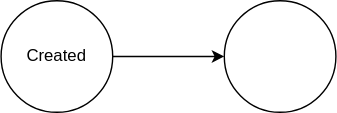
The draw.io diagram docs/_assets/images/state_of_channel.drawio.svg in otavia-projects/otavia, before a commit. Source tidied: cells renumbered, new cells last; positions are measured from the earlier drawing's top-left corner, leaving out a move shared by most shapes. Source of this version:
```xml
<mxGraphModel>
  <root>
    <mxCell id="0" />
    <mxCell id="1" parent="0" />
    <mxCell id="2" style="edgeStyle=orthogonalEdgeStyle;rounded=0;jettySize=auto;html=1;" parent="1" edge="1" source="3" target="4">
      <mxGeometry relative="1" as="geometry" />
    </mxCell>
    <mxCell id="3" value="Created" style="ellipse;whiteSpace=wrap;html=1;" parent="1" vertex="1">
      <mxGeometry width="80" height="80" as="geometry" />
    </mxCell>
    <mxCell id="4" style="ellipse;whiteSpace=wrap;html=1;" parent="1" vertex="1">
      <mxGeometry x="160" width="80" height="80" as="geometry" />
    </mxCell>
  </root>
</mxGraphModel>
```
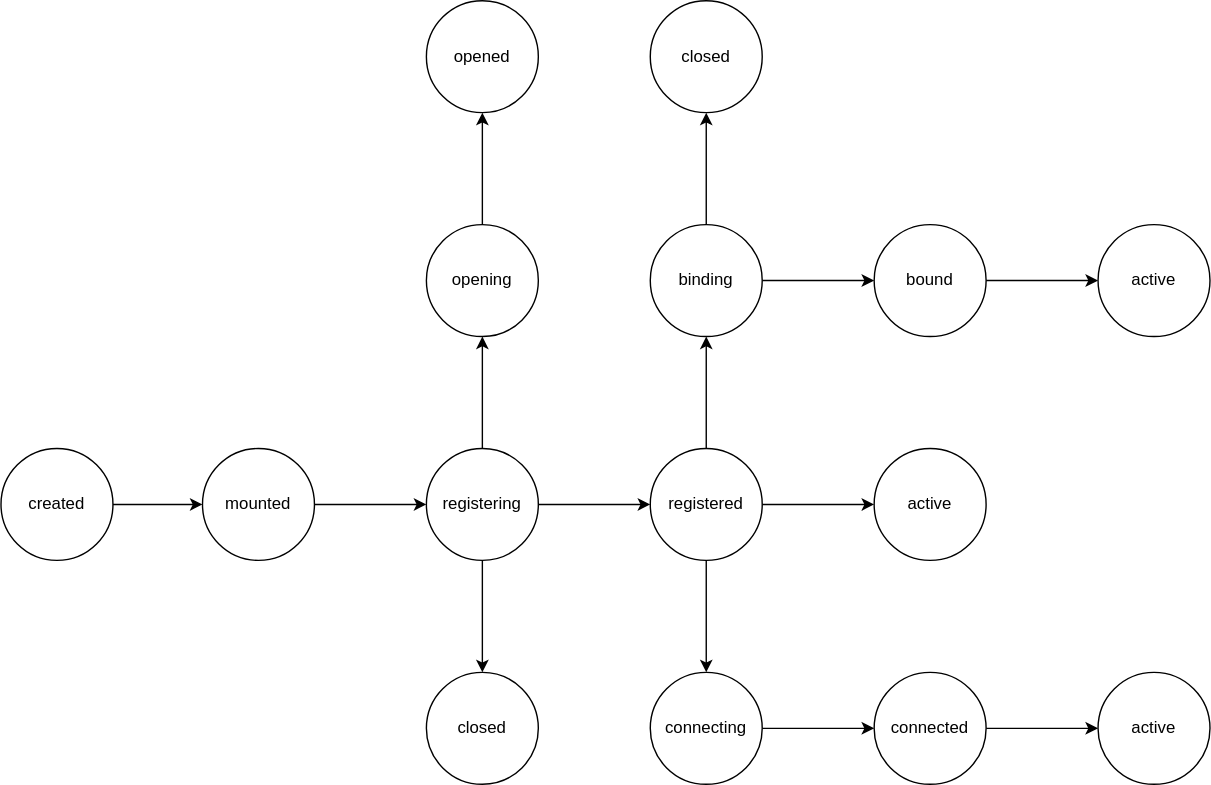
After the change.

Commit message:
docs: channel state

Diff of the diagram source:
```diff
@@ -5,11 +5,89 @@
     <mxCell id="2" style="edgeStyle=orthogonalEdgeStyle;rounded=0;jettySize=auto;html=1;" parent="1" edge="1" source="3" target="4">
       <mxGeometry relative="1" as="geometry" />
     </mxCell>
-    <mxCell id="3" value="Created" style="ellipse;whiteSpace=wrap;html=1;" parent="1" vertex="1">
+    <mxCell id="3" value="mounted" style="ellipse;whiteSpace=wrap;html=1;" parent="1" vertex="1">
       <mxGeometry width="80" height="80" as="geometry" />
     </mxCell>
+    <mxCell id="5" style="edgeStyle=orthogonalEdgeStyle;rounded=0;jettySize=auto;html=1;" parent="1" edge="1" source="4" target="11">
+      <mxGeometry relative="1" as="geometry" />
+    </mxCell>
+    <mxCell id="6" style="edgeStyle=orthogonalEdgeStyle;rounded=0;jettySize=auto;html=1;" parent="1" edge="1" source="4" target="23">
+      <mxGeometry relative="1" as="geometry" />
+    </mxCell>
+    <mxCell id="7" style="edgeStyle=orthogonalEdgeStyle;rounded=0;jettySize=auto;html=1;" parent="1" edge="1" source="4" target="27">
+      <mxGeometry relative="1" as="geometry" />
+    </mxCell>
-    <mxCell id="4" style="ellipse;whiteSpace=wrap;html=1;" parent="1" vertex="1">
+    <mxCell id="4" value="registering" style="ellipse;whiteSpace=wrap;html=1;" parent="1" vertex="1">
       <mxGeometry x="160" width="80" height="80" as="geometry" />
     </mxCell>
+    <mxCell id="8" style="edgeStyle=orthogonalEdgeStyle;rounded=0;jettySize=auto;html=1;" parent="1" edge="1" source="11" target="14">
+      <mxGeometry relative="1" as="geometry" />
+    </mxCell>
+    <mxCell id="9" style="edgeStyle=orthogonalEdgeStyle;rounded=0;jettySize=auto;html=1;" parent="1" edge="1" source="11" target="19">
+      <mxGeometry relative="1" as="geometry" />
+    </mxCell>
+    <mxCell id="10" style="edgeStyle=orthogonalEdgeStyle;rounded=0;jettySize=auto;html=1;" parent="1" edge="1" source="11" target="30">
+      <mxGeometry relative="1" as="geometry" />
+    </mxCell>
+    <mxCell id="11" value="registered" style="ellipse;whiteSpace=wrap;html=1;" parent="1" vertex="1">
+      <mxGeometry x="320" width="80" height="80" as="geometry" />
+    </mxCell>
+    <mxCell id="12" style="edgeStyle=orthogonalEdgeStyle;rounded=0;jettySize=auto;html=1;" parent="1" edge="1" source="14" target="16">
+      <mxGeometry relative="1" as="geometry" />
+    </mxCell>
+    <mxCell id="13" style="edgeStyle=orthogonalEdgeStyle;rounded=0;jettySize=auto;html=1;" parent="1" edge="1" source="14" target="22">
+      <mxGeometry relative="1" as="geometry" />
+    </mxCell>
+    <mxCell id="14" value="binding" style="ellipse;whiteSpace=wrap;html=1;" parent="1" vertex="1">
+      <mxGeometry x="320" y="-160" width="80" height="80" as="geometry" />
+    </mxCell>
+    <mxCell id="15" style="edgeStyle=orthogonalEdgeStyle;rounded=0;jettySize=auto;html=1;" parent="1" edge="1" source="16" target="17">
+      <mxGeometry relative="1" as="geometry" />
+    </mxCell>
+    <mxCell id="16" value="bound" style="ellipse;whiteSpace=wrap;html=1;" parent="1" vertex="1">
+      <mxGeometry x="480" y="-160" width="80" height="80" as="geometry" />
+    </mxCell>
+    <mxCell id="17" value="active" style="ellipse;whiteSpace=wrap;html=1;" parent="1" vertex="1">
+      <mxGeometry x="640" y="-160" width="80" height="80" as="geometry" />
+    </mxCell>
+    <mxCell id="18" style="edgeStyle=orthogonalEdgeStyle;rounded=0;jettySize=auto;html=1;" parent="1" edge="1" source="19" target="21">
+      <mxGeometry relative="1" as="geometry" />
+    </mxCell>
+    <mxCell id="19" value="connecting" style="ellipse;whiteSpace=wrap;html=1;" parent="1" vertex="1">
+      <mxGeometry x="320" y="160" width="80" height="80" as="geometry" />
+    </mxCell>
+    <mxCell id="20" style="edgeStyle=orthogonalEdgeStyle;rounded=0;jettySize=auto;html=1;" parent="1" edge="1" source="21" target="29">
+      <mxGeometry relative="1" as="geometry" />
+    </mxCell>
+    <mxCell id="21" value="connected" style="ellipse;whiteSpace=wrap;html=1;" parent="1" vertex="1">
+      <mxGeometry x="480" y="160" width="80" height="80" as="geometry" />
+    </mxCell>
+    <mxCell id="22" value="closed" style="ellipse;whiteSpace=wrap;html=1;" parent="1" vertex="1">
+      <mxGeometry x="320" y="-320" width="80" height="80" as="geometry" />
+    </mxCell>
+    <mxCell id="23" value="closed" style="ellipse;whiteSpace=wrap;html=1;" parent="1" vertex="1">
+      <mxGeometry x="160" y="160" width="80" height="80" as="geometry" />
+    </mxCell>
+    <mxCell id="24" style="edgeStyle=orthogonalEdgeStyle;rounded=0;jettySize=auto;html=1;" parent="1" edge="1" source="25" target="3">
+      <mxGeometry relative="1" as="geometry" />
+    </mxCell>
+    <mxCell id="25" value="created" style="ellipse;whiteSpace=wrap;html=1;" parent="1" vertex="1">
+      <mxGeometry x="-144" width="80" height="80" as="geometry" />
+    </mxCell>
+    <mxCell id="26" style="edgeStyle=orthogonalEdgeStyle;rounded=0;jettySize=auto;html=1;" parent="1" edge="1" source="27" target="28">
+      <mxGeometry relative="1" as="geometry" />
+    </mxCell>
+    <mxCell id="27" value="opening" style="ellipse;whiteSpace=wrap;html=1;" parent="1" vertex="1">
+      <mxGeometry x="160" y="-160" width="80" height="80" as="geometry" />
+    </mxCell>
+    <mxCell id="28" value="opened" style="ellipse;whiteSpace=wrap;html=1;" parent="1" vertex="1">
+      <mxGeometry x="160" y="-320" width="80" height="80" as="geometry" />
+    </mxCell>
+    <mxCell id="29" value="active" style="ellipse;whiteSpace=wrap;html=1;" parent="1" vertex="1">
+      <mxGeometry x="640" y="160" width="80" height="80" as="geometry" />
+    </mxCell>
+    <mxCell id="30" value="active" style="ellipse;whiteSpace=wrap;html=1;" parent="1" vertex="1">
+      <mxGeometry x="480" width="80" height="80" as="geometry" />
+    </mxCell>
   </root>
 </mxGraphModel>
```
